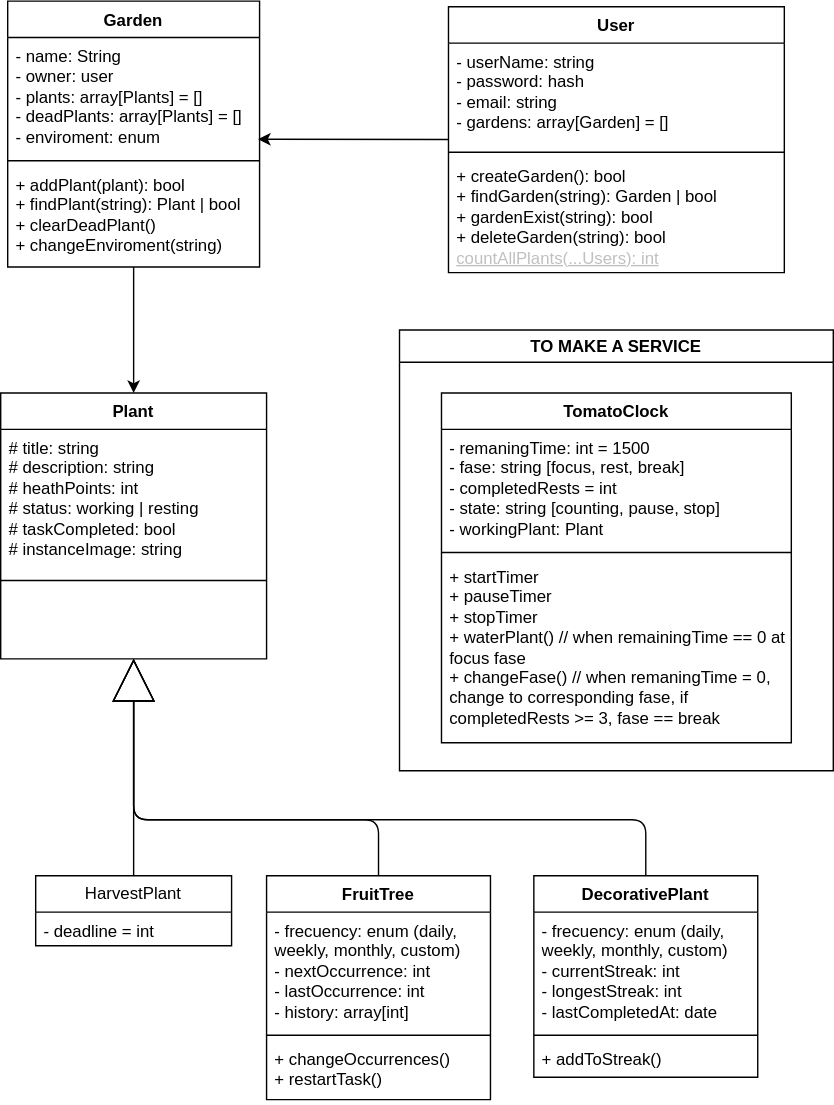
Before: utils/uml-pomodoro-garden.drawio.svg, a diagram exported from draw.io (danielmoralesar/pomodoro-garden). Source tidied: cells renumbered, new cells last; positions are measured from the earlier drawing's top-left corner, leaving out a move shared by most shapes.
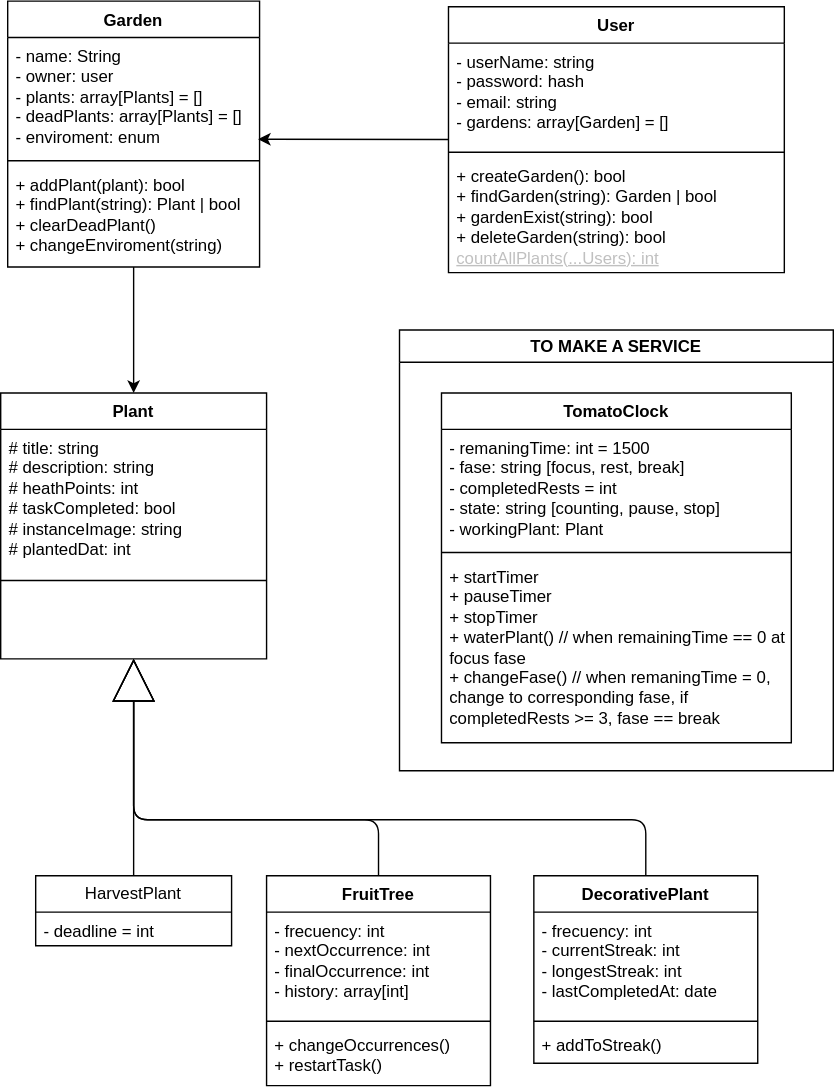
Above is the later version.

Diff of the diagram source:
```diff
@@ -5,7 +5,7 @@
     <mxCell id="2" value="Plant" style="swimlane;fontStyle=1;align=center;verticalAlign=top;horizontal=1;startSize=26;whiteSpace=wrap;html=1;" parent="1" vertex="1">
       <mxGeometry y="280" width="190" height="190" as="geometry" />
     </mxCell>
-    <mxCell id="3" value="# title: string&lt;div&gt;# description: string&lt;/div&gt;&lt;div&gt;# heathPoints: int&amp;nbsp;&lt;/div&gt;&lt;div&gt;# status: working | resting&lt;/div&gt;&lt;div&gt;# taskCompleted: bool&lt;/div&gt;&lt;div&gt;# instanceImage: string&lt;/div&gt;" style="text;strokeColor=none;fillColor=none;align=left;verticalAlign=top;spacingLeft=4;spacingRight=4;overflow=hidden;whiteSpace=wrap;html=1;" parent="2" vertex="1">
+    <mxCell id="3" value="# title: string&lt;div&gt;# description: string&lt;/div&gt;&lt;div&gt;# heathPoints: int&amp;nbsp;&lt;/div&gt;&lt;div&gt;# taskCompleted: bool&lt;/div&gt;&lt;div&gt;# instanceImage: string&lt;/div&gt;&lt;div&gt;# plantedDat: int&lt;/div&gt;" style="text;strokeColor=none;fillColor=none;align=left;verticalAlign=top;spacingLeft=4;spacingRight=4;overflow=hidden;whiteSpace=wrap;html=1;" parent="2" vertex="1">
       <mxGeometry y="26" width="190" height="104" as="geometry" />
     </mxCell>
     <mxCell id="4" style="line;strokeWidth=1;fillColor=none;align=left;verticalAlign=middle;spacingTop=-1;spacingLeft=3;spacingRight=3;labelPosition=right;strokeColor=inherit;" parent="2" vertex="1">
@@ -32,16 +32,16 @@
       </mxGeometry>
     </mxCell>
     <mxCell id="10" value="FruitTree" style="swimlane;fontStyle=1;align=center;verticalAlign=top;horizontal=1;startSize=26;whiteSpace=wrap;html=1;" parent="1" vertex="1">
-      <mxGeometry x="190" y="625" width="160" height="160" as="geometry" />
+      <mxGeometry x="190" y="625" width="160" height="150" as="geometry" />
     </mxCell>
-    <mxCell id="11" value="- frecuency: enum (daily, weekly, monthly, custom)&lt;div&gt;- nextOccurrence: int&lt;/div&gt;&lt;div&gt;- lastOccurrence: int&lt;/div&gt;&lt;div&gt;- history: array[int]&lt;/div&gt;" style="text;strokeColor=none;fillColor=none;align=left;verticalAlign=top;spacingLeft=4;spacingRight=4;overflow=hidden;whiteSpace=wrap;html=1;" parent="10" vertex="1">
-      <mxGeometry y="26" width="160" height="84" as="geometry" />
+    <mxCell id="11" value="- frecuency: int&lt;div&gt;- nextOccurrence: int&lt;/div&gt;&lt;div&gt;- finalOccurrence: int&lt;/div&gt;&lt;div&gt;- history: array[int]&lt;/div&gt;" style="text;strokeColor=none;fillColor=none;align=left;verticalAlign=top;spacingLeft=4;spacingRight=4;overflow=hidden;whiteSpace=wrap;html=1;" parent="10" vertex="1">
+      <mxGeometry y="26" width="160" height="74" as="geometry" />
     </mxCell>
     <mxCell id="12" style="line;strokeWidth=1;fillColor=none;align=left;verticalAlign=middle;spacingTop=-1;spacingLeft=3;spacingRight=3;labelPosition=right;strokeColor=inherit;" parent="10" vertex="1">
-      <mxGeometry y="110" width="160" height="8" as="geometry" />
+      <mxGeometry y="100" width="160" height="8" as="geometry" />
     </mxCell>
     <mxCell id="13" value="+ changeOccurrences()&lt;div&gt;+ restartTask()&lt;/div&gt;" style="text;strokeColor=none;fillColor=none;align=left;verticalAlign=top;spacingLeft=4;spacingRight=4;overflow=hidden;whiteSpace=wrap;html=1;" parent="10" vertex="1">
-      <mxGeometry y="118" width="160" height="42" as="geometry" />
+      <mxGeometry y="108" width="160" height="42" as="geometry" />
     </mxCell>
     <mxCell id="14" style="edgeStyle=orthogonalEdgeStyle;shape=connector;rounded=1;html=1;strokeColor=default;align=center;verticalAlign=middle;fontFamily=Helvetica;fontSize=11;fontColor=default;labelBackgroundColor=default;endArrow=block;endFill=0;endSize=28;" parent="1" edge="1" source="15" target="2">
       <mxGeometry relative="1" as="geometry">
@@ -52,16 +52,16 @@
       </mxGeometry>
     </mxCell>
     <mxCell id="15" value="DecorativePlant" style="swimlane;fontStyle=1;align=center;verticalAlign=top;horizontal=1;startSize=26;whiteSpace=wrap;html=1;" parent="1" vertex="1">
-      <mxGeometry x="381" y="625" width="160" height="144" as="geometry" />
+      <mxGeometry x="381" y="625" width="160" height="134" as="geometry" />
     </mxCell>
-    <mxCell id="16" value="- frecuency: enum (daily, weekly, monthly, custom)&lt;div&gt;- currentStreak: int&lt;/div&gt;&lt;div&gt;- longestStreak: int&lt;/div&gt;&lt;div&gt;- lastCompletedAt: date&lt;/div&gt;" style="text;strokeColor=none;fillColor=none;align=left;verticalAlign=top;spacingLeft=4;spacingRight=4;overflow=hidden;whiteSpace=wrap;html=1;" parent="15" vertex="1">
-      <mxGeometry y="26" width="160" height="84" as="geometry" />
+    <mxCell id="16" value="- frecuency: int&lt;div&gt;- currentStreak: int&lt;/div&gt;&lt;div&gt;- longestStreak: int&lt;/div&gt;&lt;div&gt;- lastCompletedAt: date&lt;/div&gt;" style="text;strokeColor=none;fillColor=none;align=left;verticalAlign=top;spacingLeft=4;spacingRight=4;overflow=hidden;whiteSpace=wrap;html=1;" parent="15" vertex="1">
+      <mxGeometry y="26" width="160" height="74" as="geometry" />
     </mxCell>
     <mxCell id="17" style="line;strokeWidth=1;fillColor=none;align=left;verticalAlign=middle;spacingTop=-1;spacingLeft=3;spacingRight=3;labelPosition=right;strokeColor=inherit;" parent="15" vertex="1">
-      <mxGeometry y="110" width="160" height="8" as="geometry" />
+      <mxGeometry y="100" width="160" height="8" as="geometry" />
     </mxCell>
     <mxCell id="18" value="+ addToStreak()" style="text;strokeColor=none;fillColor=none;align=left;verticalAlign=top;spacingLeft=4;spacingRight=4;overflow=hidden;whiteSpace=wrap;html=1;" parent="15" vertex="1">
-      <mxGeometry y="118" width="160" height="26" as="geometry" />
+      <mxGeometry y="108" width="160" height="26" as="geometry" />
     </mxCell>
     <mxCell id="19" style="edgeStyle=none;html=1;entryX=0.5;entryY=0;entryDx=0;entryDy=0;" parent="1" edge="1" source="20" target="2">
       <mxGeometry relative="1" as="geometry" />
```
